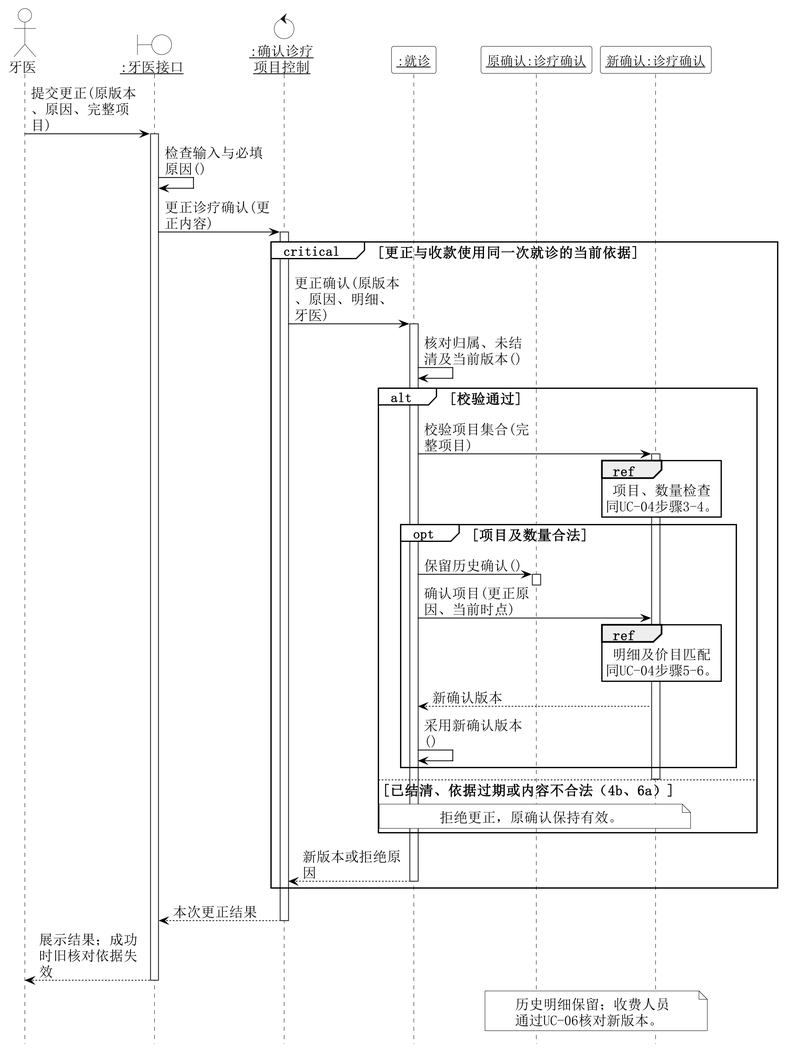
This is 01-需求文档/diagrams/13-04a-analysis-sequence.png from Shawmc-creator/systemAnalyseAndDesign, a PlantUML export, as it was before one commit.
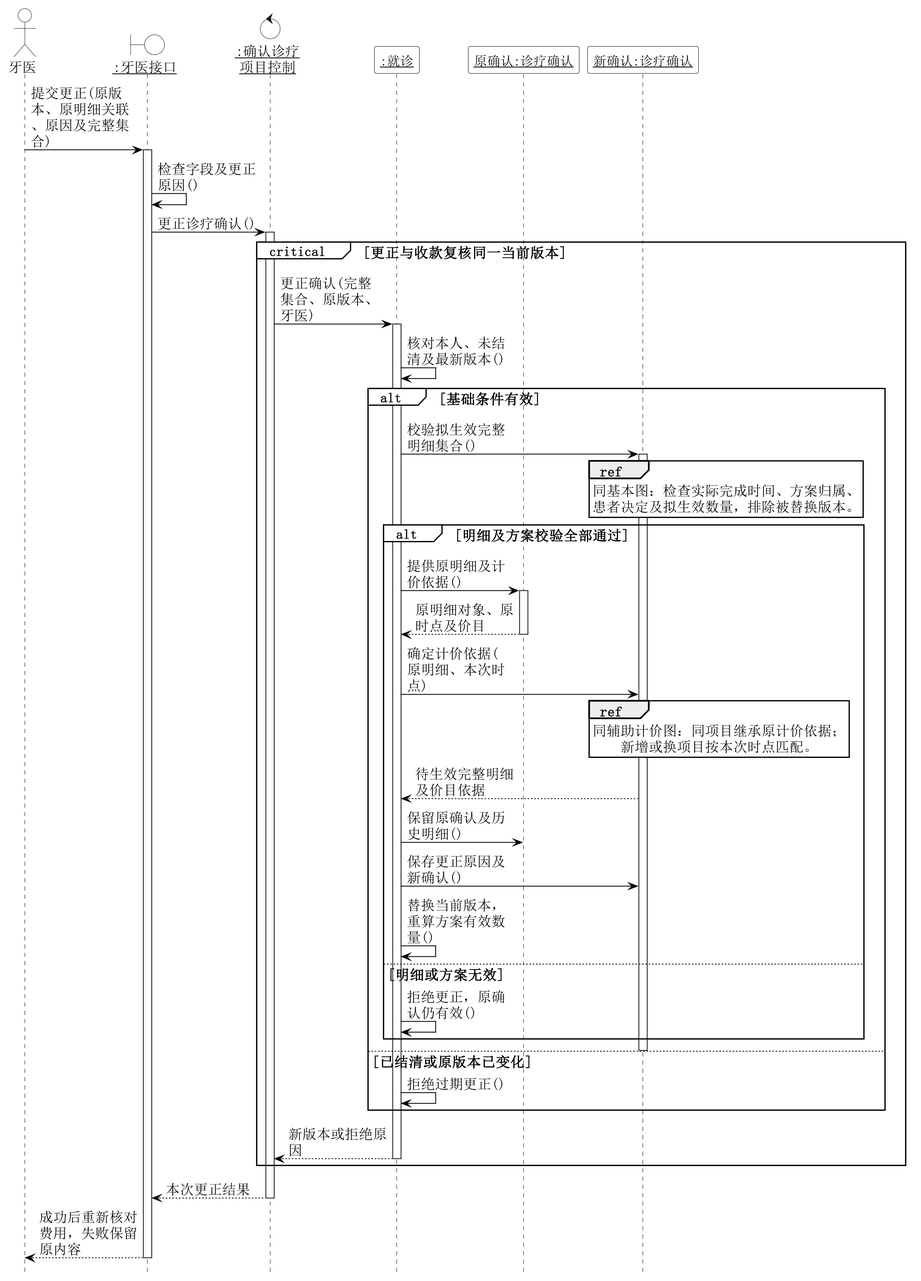
Above is the later version.

Diff of the diagram source:
```diff
@@ -5,7 +5,7 @@
 skinparam defaultFontName SimSun
 skinparam defaultFontSize 17
 skinparam dpi 200
-skinparam maxMessageSize 135
+skinparam maxMessageSize 125
 skinparam sequence {
  ArrowColor black
  ArrowFontSize 17
@@ -28,47 +28,48 @@
 participant "<u>:就诊</u>" as V
 participant "<u>原确认:诊疗确认</u>" as O
 participant "<u>新确认:诊疗确认</u>" as N
-A -> B : 提交更正(原版本、原因、完整项目)
+A -> B : 提交更正(原版本、原明细关联、原因及完整集合)
 activate B
-B -> B : 检查输入与必填原因()
-B -> K : 更正诊疗确认(更正内容)
+B -> B : 检查字段及更正原因()
+B -> K : 更正诊疗确认()
 activate K
-critical 更正与收款使用同一次就诊的当前依据
-K -> V : 更正确认(原版本、原因、明细、牙医)
-activate V
-V -> V : 核对归属、未结清及当前版本()
-alt 校验通过
-V -> N : 校验项目集合(完整项目)
-activate N
-ref over N
-项目、数量检查
-同UC-04步骤3-4。
-end ref
-opt 项目及数量合法
-V -> O : 保留历史确认()
-activate O
-deactivate O
-V -> N : 确认项目(更正原因、当前时点)
-ref over N
-明细及价目匹配
-同UC-04步骤5-6。
-end ref
-N --> V : 新确认版本
-V -> V : 采用新确认版本()
-end
-deactivate N
-else 已结清、依据过期或内容不合法（4b、6a）
-note over V,N : 拒绝更正，原确认保持有效。
-end
-V --> K : 新版本或拒绝原因
-deactivate V
+critical 更正与收款复核同一当前版本
+ K -> V : 更正确认(完整集合、原版本、牙医)
+ activate V
+ V -> V : 核对本人、未结清及最新版本()
+ alt 基础条件有效
+  V -> N : 校验拟生效完整明细集合()
+  activate N
+  ref over N
+   同基本图：检查实际完成时间、方案归属、
+   患者决定及拟生效数量，排除被替换版本。
+  end ref
+  alt 明细及方案校验全部通过
+   V -> O : 提供原明细及计价依据()
+   activate O
+   O --> V : 原明细对象、原时点及价目
+   deactivate O
+   V -> N : 确定计价依据(原明细、本次时点)
+   ref over N
+    同辅助计价图：同项目继承原计价依据；
+    新增或换项目按本次时点匹配。
+   end ref
+   N --> V : 待生效完整明细及价目依据
+   V -> O : 保留原确认及历史明细()
+   V -> N : 保存更正原因及新确认()
+   V -> V : 替换当前版本，重算方案有效数量()
+  else 明细或方案无效
+   V -> V : 拒绝更正，原确认仍有效()
+  end
+  deactivate N
+ else 已结清或原版本已变化
+  V -> V : 拒绝过期更正()
+ end
+ V --> K : 新版本或拒绝原因
+ deactivate V
 end
 K --> B : 本次更正结果
 deactivate K
-B --> A : 展示结果；成功时旧核对依据失效
+B --> A : 成功后重新核对费用，失败保留原内容
 deactivate B
-note over O,N
-历史明细保留；收费人员
-通过UC-06核对新版本。
-end note
 @enduml
```
